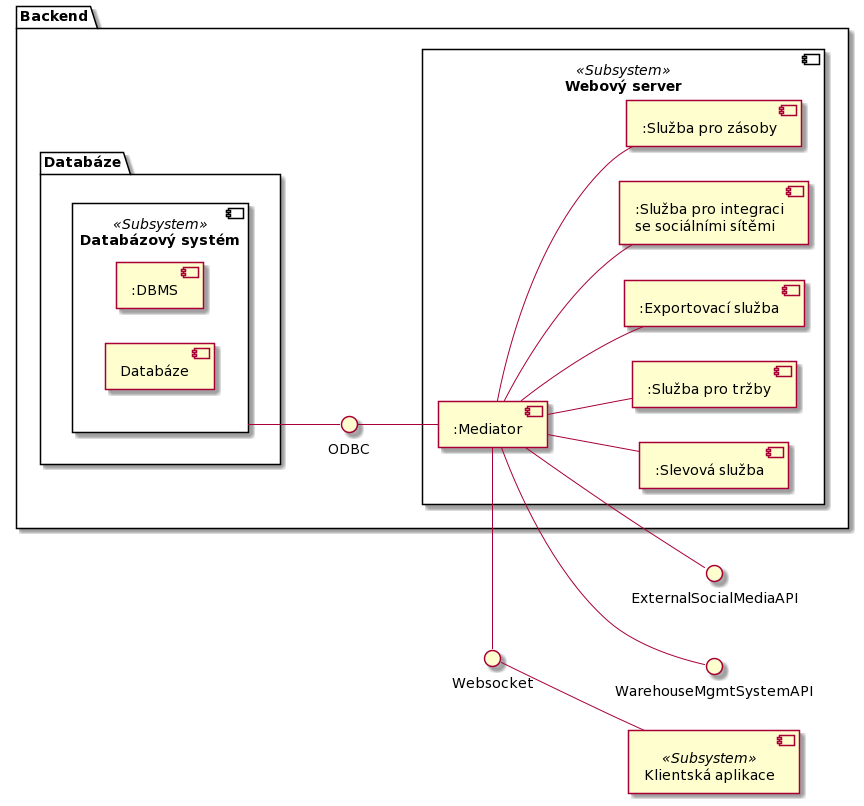
Earlier version of the PlantUML export dokumentace architektury/architektura 2/assets/prodejni_system_component_diagram.png (MichalMoudry/4IT575-seminarni-prace). Its diagram source:
```plantuml
@startuml
left to right direction

 component "Klientská aplikace" as client <<Subsystem>>

 package Backend {

   component "Webový server" as webServer <<Subsystem>> {

   component ":Mediator" as MediatorService

   component ":Slevová služba" as SaleCampainService

   component ":Služba pro tržby" as SalesService

   component ":Exportovací služba" as ExportService

   component ":Služba pro integraci\nse sociálními sítěmi" as SocialMediaService

   component ":Služba pro zásoby" as StocksService

   MediatorService -- SaleCampainService

   MediatorService -- SalesService

   MediatorService -- ExportService

   MediatorService -- SocialMediaService

   MediatorService -- StocksService

   }

   package Databáze {

   component "Databázový systém" as DbS <<Subsystem>> {

    component ":DBMS"

    component "Databáze" as db

    }

   }

   ODBC -up- DbS

   MediatorService -up- ODBC

 }

 Websocket -left- MediatorService

 client -up- Websocket

 MediatorService -- ExternalSocialMediaAPI

 MediatorService -- WarehouseMgmtSystemAPI
@enduml
```
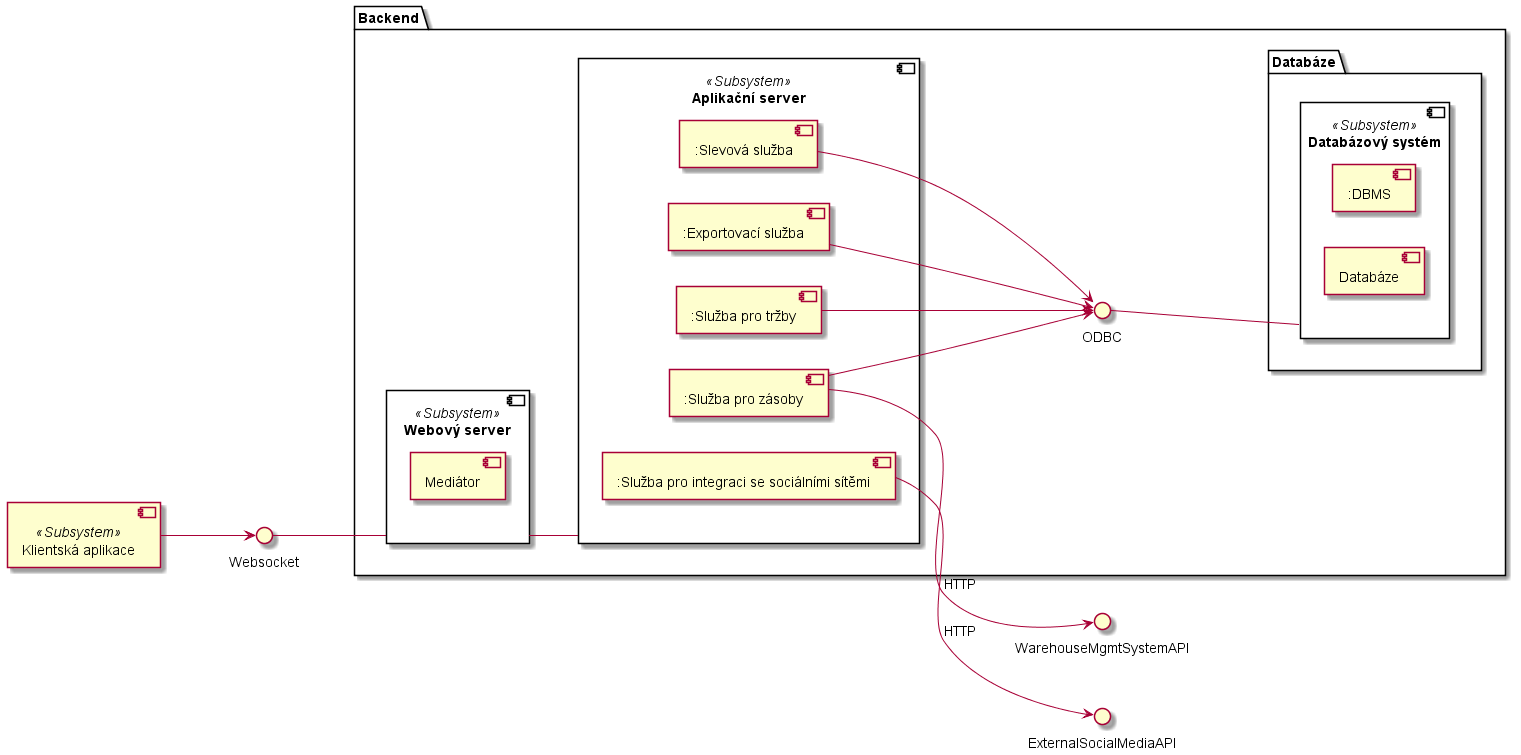
The same file after the commit.

Diff of the diagram source:
```diff
@@ -1,59 +1,64 @@
 @startuml
+
 left to right direction
 
- component "Klientská aplikace" as client <<Subsystem>>
+component "Klientská aplikace" as client <<Subsystem>>
 
- package Backend {
+package Backend {
 
-   component "Webový server" as webServer <<Subsystem>> {
+    component "Webový server" as webServer <<Subsystem>> {
 
-   component ":Mediator" as MediatorService
-
-   component ":Slevová služba" as SaleCampainService
-
-   component ":Služba pro tržby" as SalesService
-
-   component ":Exportovací služba" as ExportService
-
-   component ":Služba pro integraci\nse sociálními sítěmi" as SocialMediaService
-
-   component ":Služba pro zásoby" as StocksService
-
-   MediatorService -- SaleCampainService
-
-   MediatorService -- SalesService
-
-   MediatorService -- ExportService
-
-   MediatorService -- SocialMediaService
-
-   MediatorService -- StocksService
-
-   }
-
-   package Databáze {
-
-   component "Databázový systém" as DbS <<Subsystem>> {
-
-    component ":DBMS"
-
-    component "Databáze" as db
+        component "Mediátor" as MediatorService
 
     }
 
-   }
+    component "Aplikační server" as appServer <<Subsystem>> {
 
-   ODBC -up- DbS
+        component ":Slevová služba" as SaleCampainService
 
-   MediatorService -up- ODBC
+        component ":Služba pro tržby" as SalesService
 
- }
+        component ":Exportovací služba" as ExportService
 
- Websocket -left- MediatorService
+        component ":Služba pro integraci se sociálními sítěmi" as SocialMediaService
 
- client -up- Websocket
+        component ":Služba pro zásoby" as StocksService
+    }
 
- MediatorService -- ExternalSocialMediaAPI
+    package Databáze {
 
- MediatorService -- WarehouseMgmtSystemAPI
+        component "Databázový systém" as DbS <<Subsystem>> {
+
+            component ":DBMS"
+
+            component "Databáze" as db
+
+        }
+
+    }
+
+    ODBC -- DbS
+
+    SaleCampainService --> ODBC
+
+    SalesService --> ODBC
+
+    StocksService -down-> ODBC
+
+    ExportService --> ODBC
+
+}
+
+client --> Websocket
+
+Websocket -- webServer
+
+webServer -- appServer
+
+SocialMediaService --> ExternalSocialMediaAPI : HTTP
+
+StocksService --> WarehouseMgmtSystemAPI : HTTP
+
+
+
 @enduml
```
